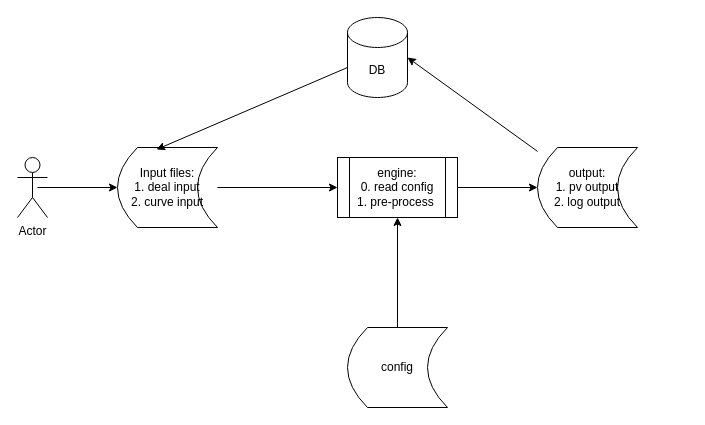
The draw.io diagram page "I/O design" (2 of 3) of components.drawio in ymw321/ExcelApps, before the edit. Source tidied: cells renumbered, new cells numbered last; positions are measured from the earlier drawing's top-left corner, leaving out a move shared by most shapes. Both pictures are drawn from the tidied source at 100%, with x=0, y=0 at pixel (17, 17).
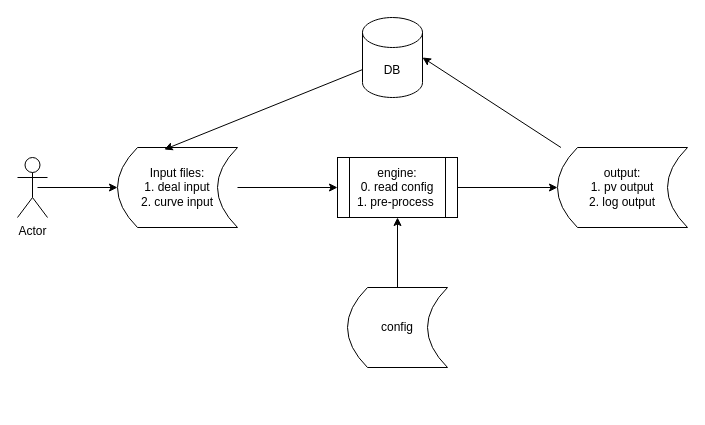
The same diagram, later.

What changed in the source:
```diff
@@
 <mxGraphModel>
   <root>
     <mxCell id="0" />
     <mxCell id="1" parent="0" />
     <mxCell id="2" value="Input files:&lt;div&gt;1. deal input&lt;/div&gt;&lt;div&gt;2. curve input&lt;/div&gt;" style="shape=dataStorage;whiteSpace=wrap;html=1;fixedSize=1;" parent="1" vertex="1">
-      <mxGeometry x="100" y="130" width="100" height="80" as="geometry" />
+      <mxGeometry x="100" y="130" width="120" height="80" as="geometry" />
     </mxCell>
     <mxCell id="3" value="DB" style="shape=cylinder3;whiteSpace=wrap;html=1;boundedLbl=1;backgroundOutline=1;size=15;" parent="1" vertex="1">
-      <mxGeometry x="330" width="60" height="80" as="geometry" />
+      <mxGeometry x="345" width="60" height="80" as="geometry" />
     </mxCell>
     <mxCell id="4" value="Actor" style="shape=umlActor;verticalLabelPosition=bottom;verticalAlign=top;html=1;" parent="1" vertex="1">
       <mxGeometry y="140" width="30" height="60" as="geometry" />
     </mxCell>
     <mxCell id="5" style="endArrow=classic;html=1;rounded=0;entryX=0;entryY=0.5;entryDx=0;entryDy=0;" parent="1" edge="1" target="2">
       <mxGeometry relative="1" as="geometry">
         <mxPoint x="20" y="170" as="sourcePoint" />
         <Array as="points">
           <mxPoint x="20" y="170" />
         </Array>
       </mxGeometry>
     </mxCell>
-    <mxCell id="6" style="endArrow=classic;html=1;rounded=0;entryX=0.39;entryY=0.025;entryDx=0;entryDy=0;entryPerimeter=0;" parent="1" edge="1" target="2">
-      <mxGeometry relative="1" as="geometry">
-        <mxPoint x="330" y="50" as="sourcePoint" />
-      </mxGeometry>
+    <mxCell id="6" style="endArrow=classic;html=1;rounded=0;entryX=0.39;entryY=0.025;entryDx=0;entryDy=0;entryPerimeter=0;" parent="1" edge="1" source="3" target="2">
+      <mxGeometry relative="1" as="geometry" />
     </mxCell>
     <mxCell id="7" value="engine:&lt;div&gt;0. read config&lt;/div&gt;&lt;div&gt;1. pre-process&amp;nbsp;&lt;/div&gt;" style="shape=process;whiteSpace=wrap;html=1;backgroundOutline=1;" parent="1" vertex="1">
       <mxGeometry x="320" y="140" width="120" height="60" as="geometry" />
     </mxCell>
     <mxCell id="8" style="endArrow=classic;html=1;rounded=0;exitX=1;exitY=0.5;exitDx=0;exitDy=0;entryX=0;entryY=0.5;entryDx=0;entryDy=0;" parent="1" edge="1" source="2" target="7">
       <mxGeometry relative="1" as="geometry" />
     </mxCell>
     <mxCell id="9" value="output:&lt;div&gt;1. pv output&lt;/div&gt;&lt;div&gt;2. log output&lt;/div&gt;" style="shape=dataStorage;whiteSpace=wrap;html=1;fixedSize=1;" parent="1" vertex="1">
-      <mxGeometry x="520" y="130" width="100" height="80" as="geometry" />
+      <mxGeometry x="540" y="130" width="130" height="80" as="geometry" />
     </mxCell>
     <mxCell id="10" style="endArrow=classic;html=1;rounded=0;entryX=0;entryY=0.5;entryDx=0;entryDy=0;" parent="1" edge="1" target="9">
       <mxGeometry relative="1" as="geometry">
         <mxPoint x="440" y="170" as="sourcePoint" />
       </mxGeometry>
     </mxCell>
     <mxCell id="11" style="endArrow=classic;html=1;rounded=0;entryX=1;entryY=0.5;entryDx=0;entryDy=0;entryPerimeter=0;" parent="1" edge="1" source="9" target="3">
       <mxGeometry relative="1" as="geometry" />
     </mxCell>
+    <mxCell id="13" style="endArrow=classic;html=1;rounded=0;entryX=0.5;entryY=1;entryDx=0;entryDy=0;" parent="1" edge="1" source="12" target="7">
+      <mxGeometry relative="1" as="geometry" />
+    </mxCell>
+    <mxCell id="14" style="endArrow=classic;html=1;rounded=0;entryX=0.5;entryY=1;entryDx=0;entryDy=0;" parent="1" edge="1" target="12">
+      <mxGeometry relative="1" as="geometry">
+        <mxPoint x="380" y="310" as="sourcePoint" />
+      </mxGeometry>
+    </mxCell>
     <mxCell id="12" value="config" style="shape=dataStorage;whiteSpace=wrap;html=1;fixedSize=1;" parent="1" vertex="1">
-      <mxGeometry x="330" y="310" width="100" height="80" as="geometry" />
+      <mxGeometry x="330" y="270" width="100" height="80" as="geometry" />
     </mxCell>
-    <mxCell id="13" style="endArrow=classic;html=1;rounded=0;entryX=0.5;entryY=1;entryDx=0;entryDy=0;" parent="1" edge="1" target="7">
-      <mxGeometry relative="1" as="geometry">
-        <mxPoint x="380" y="310" as="sourcePoint" />
-      </mxGeometry>
-    </mxCell>
   </root>
 </mxGraphModel>
```
